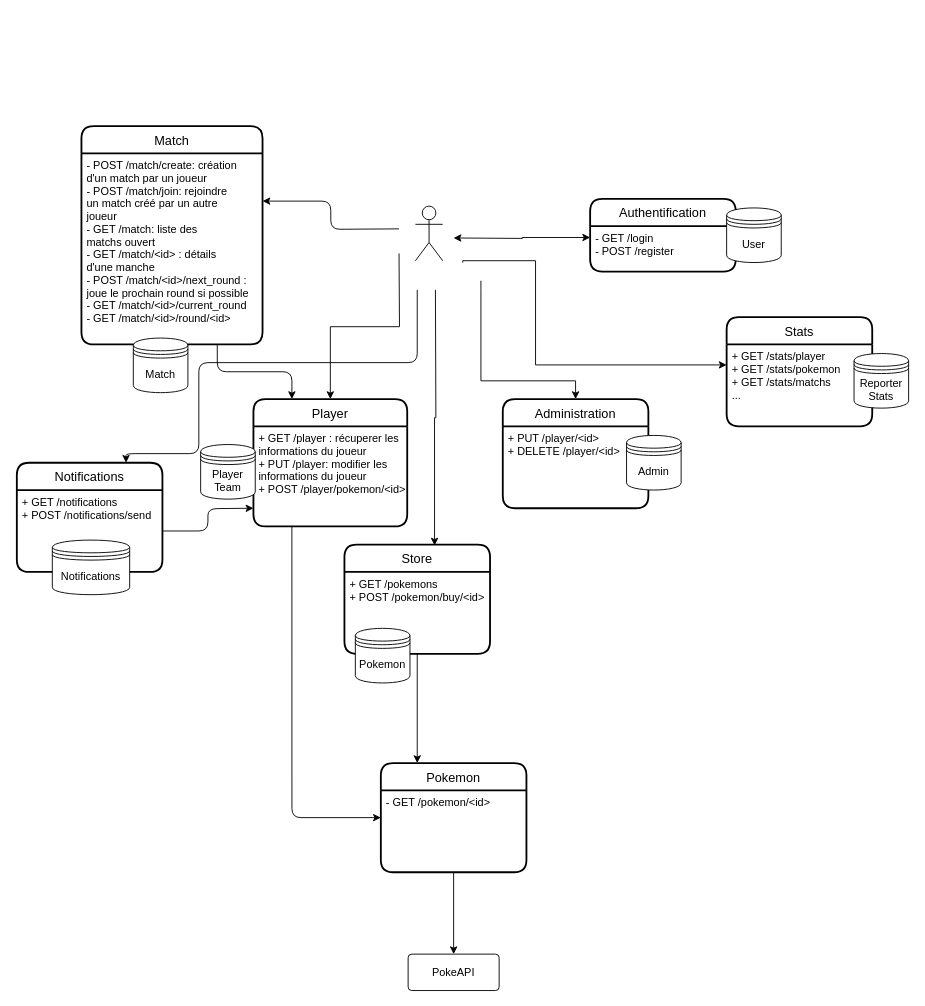
This is page "Page-1" (1 of 2) of doc/diagram.drawio from Hugov8/pokefumi-micros-services, a draw.io file, before an edit. Source tidied: cells renumbered, new cells numbered last; positions are measured from the earlier drawing's top-left corner, leaving out a move shared by most shapes. Both pictures are drawn from the tidied source at 91%, with x=0, y=0 at pixel (16, 126).
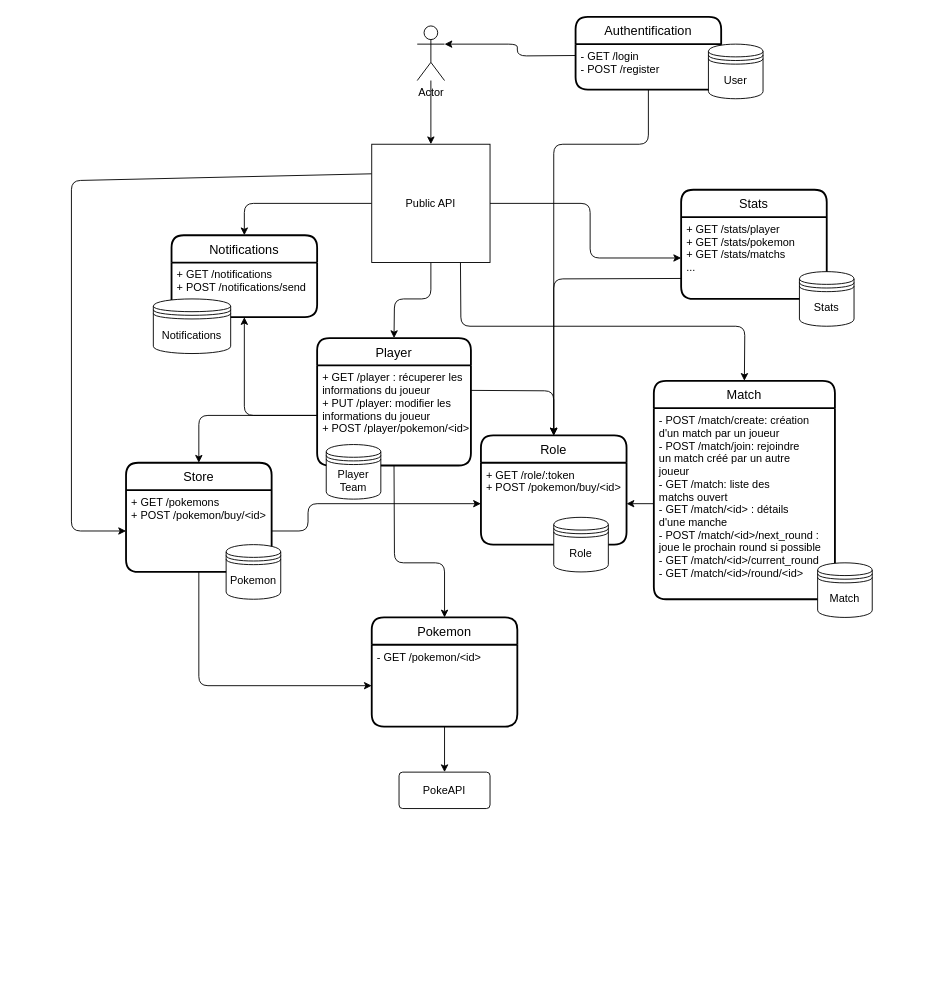
After the change.

Commit message (it also covers changes not shown here):
Connexion auth et player + Ajout doc rapport

Unchanged cells that the change refers to:
```xml
<mxCell id="3" value="- GET /login&#10;- POST /register&#10;" style="align=left;strokeColor=none;fillColor=none;spacingLeft=4;fontSize=12;verticalAlign=top;" parent="2" vertex="1">
  <mxGeometry y="30" width="160" height="50" as="geometry" />
</mxCell>
<mxCell id="13" value="+ GET /player : récuperer les&#10;informations du joueur&#10;+ PUT /player: modifier les &#10;informations du joueur&#10;+ POST /player/pokemon/&lt;id&gt;&#10;&#10;" style="align=left;strokeColor=none;fillColor=none;spacingLeft=4;fontSize=12;verticalAlign=top;" parent="12" vertex="1">
  <mxGeometry y="30" width="169" height="110" as="geometry" />
</mxCell>
<mxCell id="17" value="+ GET /stats/player&#10;+ GET /stats/pokemon&#10;+ GET /stats/matchs&#10;...&#10;" style="align=left;strokeColor=none;fillColor=none;spacingLeft=4;fontSize=12;verticalAlign=top;" parent="16" vertex="1">
  <mxGeometry y="30" width="160" height="90" as="geometry" />
</mxCell>
<mxCell id="23" value="+ GET /pokemons&#10;+ POST /pokemon/buy/&lt;id&gt;" style="align=left;strokeColor=none;fillColor=none;spacingLeft=4;fontSize=12;verticalAlign=top;" parent="22" vertex="1">
  <mxGeometry y="30" width="160" height="90" as="geometry" />
</mxCell>
<mxCell id="26" value="- GET /pokemon/&lt;id&gt;" style="align=left;strokeColor=none;fillColor=none;spacingLeft=4;fontSize=12;verticalAlign=top;" parent="25" vertex="1">
  <mxGeometry y="30" width="160" height="90" as="geometry" />
</mxCell>
<mxCell id="32" value="- POST /match/create: création&#10;d'un match par un joueur&#10;- POST /match/join: rejoindre&#10;un match créé par un autre &#10;joueur&#10;- GET /match: liste des&#10;matchs ouvert&#10;- GET /match/&lt;id&gt; : détails &#10;d'une manche&#10;- POST /match/&lt;id&gt;/next_round :&#10;joue le prochain round si possible&#10;- GET /match/&lt;id&gt;/current_round&#10;- GET /match/&lt;id&gt;/round/&lt;id&gt;" style="align=left;strokeColor=none;fillColor=none;spacingLeft=4;fontSize=12;verticalAlign=top;" parent="31" vertex="1">
  <mxGeometry y="30" width="199" height="210" as="geometry" />
</mxCell>
```

Diff of the diagram source:
```diff
@@
     <mxCell id="2" value="Authentification" style="swimlane;horizontal=1;startSize=30;rounded=1;fontSize=14;fontStyle=0;strokeWidth=2;shadow=0;dashed=0;align=center;" parent="1" vertex="1">
-      <mxGeometry x="630" y="80" width="160" height="80" as="geometry" />
+      <mxGeometry x="614" y="-120" width="160" height="80" as="geometry" />
     </mxCell>
@@
-    <mxCell id="4" style="edgeStyle=orthogonalEdgeStyle;rounded=0;jettySize=auto;html=1;" parent="1" edge="1" target="12">
-      <mxGeometry relative="1" as="geometry">
-        <mxPoint x="420" y="140" as="sourcePoint" />
-      </mxGeometry>
-    </mxCell>
-    <mxCell id="5" style="edgeStyle=orthogonalEdgeStyle;rounded=0;jettySize=auto;html=1;entryX=0.5;entryY=0;entryDx=0;entryDy=0;" parent="1" edge="1" target="14">
-      <mxGeometry relative="1" as="geometry">
-        <mxPoint x="510" y="170" as="sourcePoint" />
-        <Array as="points">
-          <mxPoint x="510" y="180" />
-          <mxPoint x="510" y="280" />
-          <mxPoint x="614" y="280" />
-        </Array>
-      </mxGeometry>
-    </mxCell>
-    <mxCell id="6" style="edgeStyle=orthogonalEdgeStyle;rounded=0;jettySize=auto;html=1;entryX=0;entryY=0.25;entryDx=0;entryDy=0;startArrow=none;startFill=0;endArrow=classic;endFill=1;" parent="1" edge="1" target="17">
-      <mxGeometry relative="1" as="geometry">
-        <mxPoint x="490" y="150" as="sourcePoint" />
-        <Array as="points">
-          <mxPoint x="570" y="148" />
-          <mxPoint x="570" y="263" />
-        </Array>
-      </mxGeometry>
-    </mxCell>
-    <mxCell id="7" style="edgeStyle=orthogonalEdgeStyle;rounded=0;jettySize=auto;html=1;entryX=0.619;entryY=0.008;entryDx=0;entryDy=0;entryPerimeter=0;startArrow=none;startFill=0;endArrow=classic;endFill=1;" parent="1" edge="1" target="22">
-      <mxGeometry relative="1" as="geometry">
-        <mxPoint x="460" y="180" as="sourcePoint" />
-      </mxGeometry>
-    </mxCell>
-    <mxCell id="8" style="edgeStyle=orthogonalEdgeStyle;html=1;entryX=1;entryY=0.25;entryDx=0;entryDy=0;" parent="1" edge="1" target="32">
-      <mxGeometry relative="1" as="geometry">
-        <mxPoint x="420" y="113" as="sourcePoint" />
-      </mxGeometry>
-    </mxCell>
-    <mxCell id="9" style="edgeStyle=orthogonalEdgeStyle;html=1;entryX=0.75;entryY=0;entryDx=0;entryDy=0;" parent="1" edge="1" target="34">
-      <mxGeometry relative="1" as="geometry">
-        <mxPoint x="440" y="180" as="sourcePoint" />
-        <Array as="points">
-          <mxPoint x="440" y="260" />
-          <mxPoint x="200" y="260" />
-          <mxPoint x="200" y="360" />
-          <mxPoint x="120" y="360" />
-        </Array>
-      </mxGeometry>
-    </mxCell>
-    <mxCell id="10" style="shape=umlActor;verticalLabelPosition=bottom;verticalAlign=top;html=1;" parent="1" vertex="1">
-      <mxGeometry x="438" y="88" width="30" height="60" as="geometry" />
-    </mxCell>
-    <mxCell id="11" style="edgeStyle=orthogonalEdgeStyle;rounded=0;jettySize=auto;html=1;exitX=0;exitY=0.25;exitDx=0;exitDy=0;startArrow=classic;startFill=1;" parent="1" edge="1" source="3">
-      <mxGeometry relative="1" as="geometry">
-        <mxPoint x="480" y="123" as="targetPoint" />
-      </mxGeometry>
-    </mxCell>
     <mxCell id="12" value="Player" style="swimlane;horizontal=1;startSize=30;rounded=1;fontSize=14;fontStyle=0;strokeWidth=2;shadow=0;dashed=0;align=center;" parent="1" vertex="1">
-      <mxGeometry x="260" y="300" width="169" height="140" as="geometry" />
+      <mxGeometry x="330" y="233" width="169" height="140" as="geometry" />
     </mxCell>
@@
-    <mxCell id="14" value="Administration" style="swimlane;horizontal=1;startSize=30;rounded=1;fontSize=14;fontStyle=0;strokeWidth=2;shadow=0;dashed=0;align=center;" parent="1" vertex="1">
-      <mxGeometry x="534" y="300" width="160" height="120" as="geometry" />
-    </mxCell>
-    <mxCell id="15" value="+ PUT /player/&lt;id&gt;&#10;+ DELETE /player/&lt;id&gt;&#10;" style="align=left;strokeColor=none;fillColor=none;spacingLeft=4;fontSize=12;verticalAlign=top;" parent="14" vertex="1">
-      <mxGeometry y="30" width="160" height="90" as="geometry" />
-    </mxCell>
     <mxCell id="16" value="Stats" style="swimlane;horizontal=1;startSize=30;rounded=1;fontSize=14;fontStyle=0;strokeWidth=2;shadow=0;dashed=0;align=center;" parent="1" vertex="1">
-      <mxGeometry x="780" y="210" width="160" height="120" as="geometry" />
+      <mxGeometry x="730" y="70" width="160" height="120" as="geometry" />
     </mxCell>
@@
-    <mxCell id="18" value="&lt;div&gt;Reporter&lt;/div&gt;&lt;div&gt;Stats&lt;br&gt;&lt;/div&gt;" style="shape=datastore;whiteSpace=wrap;html=1;" parent="1" vertex="1">
-      <mxGeometry x="920" y="250" width="60" height="60" as="geometry" />
+    <mxCell id="18" value="&lt;div&gt;&lt;span&gt;Stats&lt;/span&gt;&lt;br&gt;&lt;/div&gt;" style="shape=datastore;whiteSpace=wrap;html=1;" parent="1" vertex="1">
+      <mxGeometry x="860" y="160" width="60" height="60" as="geometry" />
     </mxCell>
     <mxCell id="19" value="User" style="shape=datastore;whiteSpace=wrap;html=1;" parent="1" vertex="1">
-      <mxGeometry x="780" y="90" width="60" height="60" as="geometry" />
+      <mxGeometry x="760" y="-90" width="60" height="60" as="geometry" />
     </mxCell>
-    <mxCell id="20" value="&lt;div&gt;Admin&lt;/div&gt;" style="shape=datastore;whiteSpace=wrap;html=1;" parent="1" vertex="1">
-      <mxGeometry x="670" y="340" width="60" height="60" as="geometry" />
-    </mxCell>
     <mxCell id="21" value="Player&lt;br&gt;Team" style="shape=datastore;whiteSpace=wrap;html=1;" parent="1" vertex="1">
-      <mxGeometry x="202" y="350" width="60" height="60" as="geometry" />
+      <mxGeometry x="340" y="350" width="60" height="60" as="geometry" />
     </mxCell>
     <mxCell id="22" value="Store" style="swimlane;horizontal=1;startSize=30;rounded=1;fontSize=14;fontStyle=0;strokeWidth=2;shadow=0;dashed=0;align=center;" parent="1" vertex="1">
-      <mxGeometry x="360" y="460" width="160" height="120" as="geometry" />
+      <mxGeometry x="120" y="370" width="160" height="120" as="geometry" />
     </mxCell>
@@
-    <mxCell id="24" value="&lt;div&gt;Pokemon&lt;/div&gt;" style="shape=datastore;whiteSpace=wrap;html=1;" parent="1" vertex="1">
-      <mxGeometry x="372" y="552" width="60" height="60" as="geometry" />
-    </mxCell>
     <mxCell id="25" value="Pokemon" style="swimlane;horizontal=1;startSize=30;rounded=1;fontSize=14;fontStyle=0;strokeWidth=2;shadow=0;dashed=0;align=center;" parent="1" vertex="1">
-      <mxGeometry x="400" y="700" width="160" height="120" as="geometry" />
+      <mxGeometry x="390" y="540" width="160" height="120" as="geometry" />
     </mxCell>
@@
-    <mxCell id="27" style="edgeStyle=none;html=1;exitX=0.25;exitY=1;exitDx=0;exitDy=0;entryX=0.25;entryY=0;entryDx=0;entryDy=0;" parent="1" edge="1" target="25">
-      <mxGeometry relative="1" as="geometry">
-        <mxPoint x="440" y="580" as="sourcePoint" />
-      </mxGeometry>
-    </mxCell>
-    <mxCell id="28" style="edgeStyle=none;html=1;exitX=0.5;exitY=1;exitDx=0;exitDy=0;" parent="1" edge="1" source="26">
-      <mxGeometry relative="1" as="geometry">
-        <mxPoint x="480" y="910" as="targetPoint" />
-      </mxGeometry>
+    <mxCell id="28" style="edgeStyle=none;html=1;exitX=0.5;exitY=1;exitDx=0;exitDy=0;entryX=0.5;entryY=0;entryDx=0;entryDy=0;" parent="1" edge="1" source="26" target="29">
+      <mxGeometry relative="1" as="geometry" />
     </mxCell>
     <mxCell id="29" value="PokeAPI" style="rounded=1;arcSize=10;whiteSpace=wrap;html=1;align=center;" parent="1" vertex="1">
-      <mxGeometry x="430" y="910" width="100" height="40" as="geometry" />
+      <mxGeometry x="420" y="710" width="100" height="40" as="geometry" />
     </mxCell>
-    <mxCell id="30" style="edgeStyle=orthogonalEdgeStyle;html=1;exitX=0.25;exitY=1;exitDx=0;exitDy=0;entryX=0;entryY=0.5;entryDx=0;entryDy=0;" parent="1" edge="1" source="13" target="25">
-      <mxGeometry relative="1" as="geometry" />
-    </mxCell>
     <mxCell id="31" value="Match" style="swimlane;horizontal=1;startSize=30;rounded=1;fontSize=14;fontStyle=0;strokeWidth=2;shadow=0;dashed=0;align=center;" parent="1" vertex="1">
-      <mxGeometry x="71" width="199" height="240" as="geometry" />
+      <mxGeometry x="700" y="280" width="199" height="240" as="geometry" />
     </mxCell>
@@
     <mxCell id="33" value="Match" style="shape=datastore;whiteSpace=wrap;html=1;" parent="1" vertex="1">
-      <mxGeometry x="128" y="233" width="60" height="60" as="geometry" />
+      <mxGeometry x="880" y="480" width="60" height="60" as="geometry" />
     </mxCell>
     <mxCell id="34" value="Notifications" style="swimlane;horizontal=1;startSize=30;rounded=1;fontSize=14;fontStyle=0;strokeWidth=2;shadow=0;dashed=0;align=center;" parent="1" vertex="1">
-      <mxGeometry y="370" width="160" height="120" as="geometry" />
+      <mxGeometry x="170" y="120" width="160" height="90" as="geometry" />
     </mxCell>
     <mxCell id="35" value="+ GET /notifications&#10;+ POST /notifications/send" style="align=left;strokeColor=none;fillColor=none;spacingLeft=4;fontSize=12;verticalAlign=top;" parent="34" vertex="1">
-      <mxGeometry y="30" width="160" height="90" as="geometry" />
+      <mxGeometry y="30" width="160" height="60" as="geometry" />
     </mxCell>
     <mxCell id="36" value="Notifications" style="shape=datastore;whiteSpace=wrap;html=1;" parent="1" vertex="1">
-      <mxGeometry x="39" y="455" width="85" height="60" as="geometry" />
+      <mxGeometry x="150" y="190" width="85" height="60" as="geometry" />
     </mxCell>
-    <mxCell id="37" style="edgeStyle=orthogonalEdgeStyle;html=1;exitX=0.75;exitY=1;exitDx=0;exitDy=0;entryX=0.25;entryY=0;entryDx=0;entryDy=0;" parent="1" edge="1" source="32" target="12">
-      <mxGeometry relative="1" as="geometry" />
-    </mxCell>
-    <mxCell id="38" style="edgeStyle=orthogonalEdgeStyle;html=1;exitX=1;exitY=0.5;exitDx=0;exitDy=0;" parent="1" edge="1" source="35">
-      <mxGeometry relative="1" as="geometry">
-        <mxPoint x="260" y="420" as="targetPoint" />
-      </mxGeometry>
-    </mxCell>
+    <mxCell id="39" style="edgeStyle=none;html=1;exitX=1;exitY=0.5;exitDx=0;exitDy=0;entryX=0;entryY=0.5;entryDx=0;entryDy=0;" parent="1" edge="1" source="44" target="17">
+      <mxGeometry relative="1" as="geometry">
+        <Array as="points">
+          <mxPoint x="630" y="85" />
+          <mxPoint x="630" y="145" />
+        </Array>
+      </mxGeometry>
+    </mxCell>
+    <mxCell id="40" style="edgeStyle=none;html=1;exitX=0.5;exitY=1;exitDx=0;exitDy=0;entryX=0.5;entryY=0;entryDx=0;entryDy=0;" parent="1" edge="1" source="44" target="12">
+      <mxGeometry relative="1" as="geometry">
+        <Array as="points">
+          <mxPoint x="455" y="190" />
+          <mxPoint x="415" y="190" />
+        </Array>
+      </mxGeometry>
+    </mxCell>
+    <mxCell id="41" style="edgeStyle=none;html=1;exitX=0.75;exitY=1;exitDx=0;exitDy=0;entryX=0.5;entryY=0;entryDx=0;entryDy=0;" parent="1" edge="1" source="44" target="31">
+      <mxGeometry relative="1" as="geometry">
+        <Array as="points">
+          <mxPoint x="488" y="220" />
+          <mxPoint x="800" y="220" />
+        </Array>
+      </mxGeometry>
+    </mxCell>
+    <mxCell id="42" style="edgeStyle=none;html=1;exitX=0;exitY=0.5;exitDx=0;exitDy=0;entryX=0.5;entryY=0;entryDx=0;entryDy=0;" parent="1" edge="1" source="44" target="34">
+      <mxGeometry relative="1" as="geometry">
+        <Array as="points">
+          <mxPoint x="250" y="85" />
+        </Array>
+      </mxGeometry>
+    </mxCell>
+    <mxCell id="43" style="edgeStyle=none;html=1;exitX=0;exitY=0.25;exitDx=0;exitDy=0;entryX=0;entryY=0.5;entryDx=0;entryDy=0;" parent="1" edge="1" source="44" target="23">
+      <mxGeometry relative="1" as="geometry">
+        <Array as="points">
+          <mxPoint x="60" y="60" />
+          <mxPoint x="60" y="445" />
+        </Array>
+      </mxGeometry>
+    </mxCell>
+    <mxCell id="44" value="Public API" style="rounded=0;whiteSpace=wrap;html=1;" parent="1" vertex="1">
+      <mxGeometry x="390" y="20" width="130" height="130" as="geometry" />
+    </mxCell>
+    <mxCell id="45" style="edgeStyle=none;html=1;entryX=0.5;entryY=0;entryDx=0;entryDy=0;" parent="1" edge="1" source="46" target="44">
+      <mxGeometry relative="1" as="geometry" />
+    </mxCell>
+    <mxCell id="46" value="Actor" style="shape=umlActor;verticalLabelPosition=bottom;verticalAlign=top;html=1;outlineConnect=0;" parent="1" vertex="1">
+      <mxGeometry x="440" y="-110" width="30" height="60" as="geometry" />
+    </mxCell>
+    <mxCell id="47" value="Role" style="swimlane;horizontal=1;startSize=30;rounded=1;fontSize=14;fontStyle=0;strokeWidth=2;shadow=0;dashed=0;align=center;" parent="1" vertex="1">
+      <mxGeometry x="510" y="340" width="160" height="120" as="geometry" />
+    </mxCell>
+    <mxCell id="48" value="+ GET /role/:token&#10;+ POST /pokemon/buy/&lt;id&gt;" style="align=left;strokeColor=none;fillColor=none;spacingLeft=4;fontSize=12;verticalAlign=top;" parent="47" vertex="1">
+      <mxGeometry y="30" width="160" height="90" as="geometry" />
+    </mxCell>
+    <mxCell id="20" value="&lt;div&gt;Role&lt;/div&gt;" style="shape=datastore;whiteSpace=wrap;html=1;" parent="1" vertex="1">
+      <mxGeometry x="590" y="430" width="60" height="60" as="geometry" />
+    </mxCell>
+    <mxCell id="24" value="&lt;div&gt;Pokemon&lt;/div&gt;" style="shape=datastore;whiteSpace=wrap;html=1;" parent="1" vertex="1">
+      <mxGeometry x="230" y="460" width="60" height="60" as="geometry" />
+    </mxCell>
+    <mxCell id="49" style="edgeStyle=none;html=1;exitX=0.5;exitY=1;exitDx=0;exitDy=0;entryX=0;entryY=0.5;entryDx=0;entryDy=0;" parent="1" edge="1" source="23" target="26">
+      <mxGeometry relative="1" as="geometry">
+        <Array as="points">
+          <mxPoint x="200" y="615" />
+        </Array>
+      </mxGeometry>
+    </mxCell>
+    <mxCell id="30" style="edgeStyle=none;html=1;exitX=0.5;exitY=1;exitDx=0;exitDy=0;entryX=0.5;entryY=0;entryDx=0;entryDy=0;" parent="1" edge="1" source="13" target="25">
+      <mxGeometry relative="1" as="geometry">
+        <Array as="points">
+          <mxPoint x="415" y="480" />
+          <mxPoint x="470" y="480" />
+        </Array>
+      </mxGeometry>
+    </mxCell>
+    <mxCell id="50" style="edgeStyle=none;html=1;exitX=1;exitY=0.25;exitDx=0;exitDy=0;entryX=0.5;entryY=0;entryDx=0;entryDy=0;" parent="1" edge="1" source="13" target="47">
+      <mxGeometry relative="1" as="geometry">
+        <Array as="points">
+          <mxPoint x="590" y="291" />
+        </Array>
+      </mxGeometry>
+    </mxCell>
+    <mxCell id="51" style="edgeStyle=none;html=1;exitX=0;exitY=0.75;exitDx=0;exitDy=0;entryX=0.5;entryY=0;entryDx=0;entryDy=0;" parent="1" edge="1" source="17" target="47">
+      <mxGeometry relative="1" as="geometry">
+        <Array as="points">
+          <mxPoint x="590" y="168" />
+        </Array>
+      </mxGeometry>
+    </mxCell>
+    <mxCell id="52" style="edgeStyle=none;html=1;exitX=0.5;exitY=1;exitDx=0;exitDy=0;entryX=0.5;entryY=0;entryDx=0;entryDy=0;" parent="1" edge="1" source="3" target="47">
+      <mxGeometry relative="1" as="geometry">
+        <Array as="points">
+          <mxPoint x="694" y="20" />
+          <mxPoint x="590" y="20" />
+        </Array>
+      </mxGeometry>
+    </mxCell>
+    <mxCell id="53" style="edgeStyle=none;html=1;exitX=0;exitY=0.5;exitDx=0;exitDy=0;entryX=1;entryY=0.5;entryDx=0;entryDy=0;" parent="1" edge="1" source="32" target="48">
+      <mxGeometry relative="1" as="geometry" />
+    </mxCell>
+    <mxCell id="54" style="edgeStyle=none;html=1;exitX=0;exitY=0.5;exitDx=0;exitDy=0;entryX=0.5;entryY=1;entryDx=0;entryDy=0;" parent="1" edge="1" source="13" target="35">
+      <mxGeometry relative="1" as="geometry">
+        <Array as="points">
+          <mxPoint x="250" y="318" />
+        </Array>
+      </mxGeometry>
+    </mxCell>
+    <mxCell id="55" style="edgeStyle=none;html=1;exitX=0;exitY=0.5;exitDx=0;exitDy=0;entryX=0.5;entryY=0;entryDx=0;entryDy=0;" parent="1" edge="1" source="13" target="22">
+      <mxGeometry relative="1" as="geometry">
+        <Array as="points">
+          <mxPoint x="200" y="318" />
+        </Array>
+      </mxGeometry>
+    </mxCell>
+    <mxCell id="56" style="edgeStyle=none;html=1;exitX=1;exitY=0.5;exitDx=0;exitDy=0;entryX=0;entryY=0.5;entryDx=0;entryDy=0;" parent="1" edge="1" source="23" target="48">
+      <mxGeometry relative="1" as="geometry">
+        <Array as="points">
+          <mxPoint x="320" y="445" />
+          <mxPoint x="320" y="415" />
+        </Array>
+      </mxGeometry>
+    </mxCell>
+    <mxCell id="57" style="edgeStyle=none;html=1;exitX=0;exitY=0.25;exitDx=0;exitDy=0;entryX=1;entryY=0.3333333333333333;entryDx=0;entryDy=0;entryPerimeter=0;" parent="1" edge="1" source="3" target="46">
+      <mxGeometry relative="1" as="geometry">
+        <Array as="points">
+          <mxPoint x="550" y="-77" />
+          <mxPoint x="550" y="-90" />
+        </Array>
+      </mxGeometry>
+    </mxCell>
```
